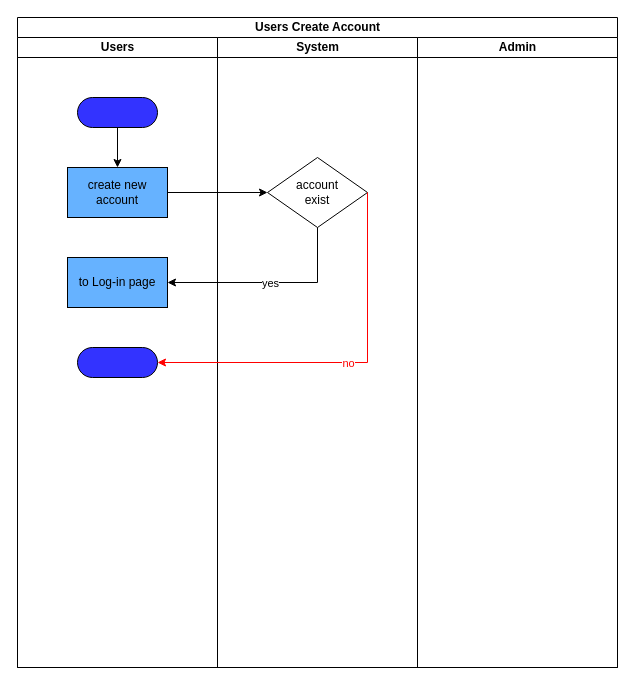
thunwara/BanPinExploreDocument keeps this draw.io diagram as page "user create account" (1 of 2) of banpin_app_data_flow.drawio. Above is the earlier version. Source tidied: cells renumbered, new cells numbered last; positions are measured from the earlier drawing's top-left corner, leaving out a move shared by most shapes. Both pictures are drawn from the tidied source at 100%, with x=0, y=0 at pixel (17, 17).
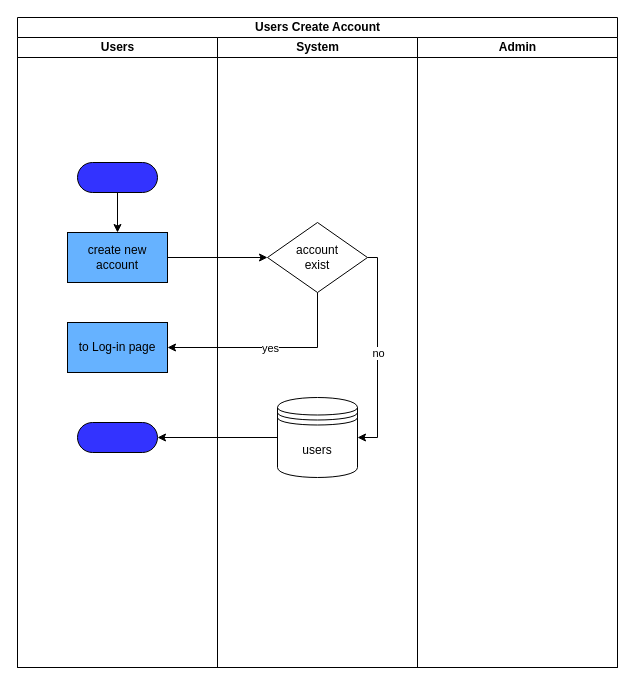
Above is the later version.

The change refers to these unchanged cells:
```xml
<mxCell id="2" value="Users Create Account" style="swimlane;startSize=20;html=1;" parent="1" vertex="1">
  <mxGeometry width="600" height="650" as="geometry" />
</mxCell>
<mxCell id="3" value="Users" style="swimlane;startSize=20;html=1;" parent="2" vertex="1">
  <mxGeometry y="20" width="200" height="630" as="geometry" />
</mxCell>
```

What changed in the source:
```diff
@@
-    <mxCell id="4" style="edgeStyle=orthogonalEdgeStyle;rounded=0;jettySize=auto;html=1;entryX=0.5;entryY=0;entryDx=0;entryDy=0;" parent="3" edge="1" source="5" target="6">
-      <mxGeometry relative="1" as="geometry" />
-    </mxCell>
+    <mxCell id="8" style="html=1;dashed=0;whiteSpace=wrap;shape=mxgraph.dfd.start;fillColor=#3333FF;" parent="3" vertex="1">
+      <mxGeometry x="60" y="385" width="80" height="30" as="geometry" />
+    </mxCell>
+    <mxCell id="9" value="System" style="swimlane;startSize=20;html=1;" parent="2" vertex="1">
+      <mxGeometry x="200" y="20" width="200" height="630" as="geometry" />
+    </mxCell>
-    <mxCell id="5" style="html=1;dashed=0;whiteSpace=wrap;shape=mxgraph.dfd.start;fillColor=#3333FF;" parent="3" vertex="1">
-      <mxGeometry x="60" y="60" width="80" height="30" as="geometry" />
+    <mxCell id="5" style="html=1;dashed=0;whiteSpace=wrap;shape=mxgraph.dfd.start;fillColor=#3333FF;" parent="9" vertex="1">
+      <mxGeometry x="-140" y="125" width="80" height="30" as="geometry" />
     </mxCell>
-    <mxCell id="6" value="create new account" style="html=1;dashed=0;whiteSpace=wrap;fillColor=#66B2FF;" parent="3" vertex="1">
-      <mxGeometry x="50" y="130" width="100" height="50" as="geometry" />
+    <mxCell id="6" value="create new account" style="html=1;dashed=0;whiteSpace=wrap;fillColor=#66B2FF;" parent="9" vertex="1">
+      <mxGeometry x="-150" y="195" width="100" height="50" as="geometry" />
     </mxCell>
-    <mxCell id="7" value="to Log-in page" style="html=1;dashed=0;whiteSpace=wrap;fillColor=#66B2FF;" parent="3" vertex="1">
-      <mxGeometry x="50" y="220" width="100" height="50" as="geometry" />
+    <mxCell id="7" value="to Log-in page" style="html=1;dashed=0;whiteSpace=wrap;fillColor=#66B2FF;" parent="9" vertex="1">
+      <mxGeometry x="-150" y="285" width="100" height="50" as="geometry" />
     </mxCell>
-    <mxCell id="8" style="html=1;dashed=0;whiteSpace=wrap;shape=mxgraph.dfd.start;fillColor=#3333FF;" parent="3" vertex="1">
-      <mxGeometry x="60" y="310" width="80" height="30" as="geometry" />
-    </mxCell>
-    <mxCell id="9" value="System" style="swimlane;startSize=20;html=1;" parent="2" vertex="1">
-      <mxGeometry x="200" y="20" width="200" height="630" as="geometry" />
-    </mxCell>
+    <mxCell id="4" style="edgeStyle=orthogonalEdgeStyle;rounded=0;jettySize=auto;html=1;entryX=0.5;entryY=0;entryDx=0;entryDy=0;" parent="9" edge="1" source="5" target="6">
+      <mxGeometry relative="1" as="geometry" />
+    </mxCell>
+    <mxCell id="17" style="edgeStyle=orthogonalEdgeStyle;rounded=0;jettySize=auto;html=1;entryX=1;entryY=0.5;entryDx=0;entryDy=0;" parent="9" edge="1" source="10" target="18">
+      <mxGeometry relative="1" as="geometry">
+        <Array as="points">
+          <mxPoint x="160" y="220" />
+          <mxPoint x="160" y="400" />
+        </Array>
+      </mxGeometry>
+    </mxCell>
+    <mxCell id="16" value="no" style="edgeLabel;html=1;align=center;verticalAlign=middle;" parent="17" vertex="1">
+      <mxGeometry relative="1" as="geometry" />
+    </mxCell>
     <mxCell id="10" value="account&lt;br&gt;exist" style="strokeWidth=1;html=1;shape=mxgraph.flowchart.decision;whiteSpace=wrap;" parent="9" vertex="1">
-      <mxGeometry x="50" y="120" width="100" height="70" as="geometry" />
+      <mxGeometry x="50" y="185" width="100" height="70" as="geometry" />
     </mxCell>
-    <mxCell id="11" value="Admin" style="swimlane;startSize=20;html=1;" parent="2" vertex="1">
-      <mxGeometry x="400" y="20" width="200" height="630" as="geometry" />
-    </mxCell>
+    <mxCell id="18" value="users" style="shape=datastore;whiteSpace=wrap;html=1;" parent="9" vertex="1">
+      <mxGeometry x="60" y="360" width="80" height="80" as="geometry" />
+    </mxCell>
-    <mxCell id="12" style="edgeStyle=orthogonalEdgeStyle;rounded=0;jettySize=auto;html=1;entryX=0;entryY=0.5;entryDx=0;entryDy=0;entryPerimeter=0;" parent="2" edge="1" source="6" target="10">
+    <mxCell id="12" style="edgeStyle=orthogonalEdgeStyle;rounded=0;jettySize=auto;html=1;entryX=0;entryY=0.5;entryDx=0;entryDy=0;entryPerimeter=0;" parent="9" edge="1" source="6" target="10">
       <mxGeometry relative="1" as="geometry" />
     </mxCell>
-    <mxCell id="13" style="edgeStyle=orthogonalEdgeStyle;rounded=0;jettySize=auto;html=1;entryX=1;entryY=0.5;entryDx=0;entryDy=0;" parent="2" edge="1" source="10" target="7">
+    <mxCell id="13" style="edgeStyle=orthogonalEdgeStyle;rounded=0;jettySize=auto;html=1;entryX=1;entryY=0.5;entryDx=0;entryDy=0;" parent="9" edge="1" source="10" target="7">
       <mxGeometry relative="1" as="geometry">
         <Array as="points">
-          <mxPoint x="300" y="265" />
+          <mxPoint x="100" y="310" />
         </Array>
       </mxGeometry>
     </mxCell>
@@
-    <mxCell id="15" style="edgeStyle=orthogonalEdgeStyle;rounded=0;jettySize=auto;html=1;entryX=1;entryY=0.5;entryDx=0;entryDy=0;entryPerimeter=0;exitX=1;exitY=0.5;exitDx=0;exitDy=0;exitPerimeter=0;strokeColor=#FF0000;" parent="2" edge="1" source="10" target="8">
-      <mxGeometry relative="1" as="geometry">
-        <Array as="points">
-          <mxPoint x="350" y="345" />
-        </Array>
-      </mxGeometry>
-    </mxCell>
-    <mxCell id="16" value="no" style="edgeLabel;html=1;align=center;verticalAlign=middle;fontColor=#FF0000;" parent="15" vertex="1">
-      <mxGeometry relative="1" as="geometry" />
-    </mxCell>
+    <mxCell id="11" value="Admin" style="swimlane;startSize=20;html=1;" parent="2" vertex="1">
+      <mxGeometry x="400" y="20" width="200" height="630" as="geometry" />
+    </mxCell>
+    <mxCell id="19" style="edgeStyle=orthogonalEdgeStyle;rounded=0;jettySize=auto;html=1;entryX=1;entryY=0.5;entryDx=0;entryDy=0;entryPerimeter=0;" parent="2" edge="1" source="18" target="8">
+      <mxGeometry relative="1" as="geometry" />
+    </mxCell>
```
